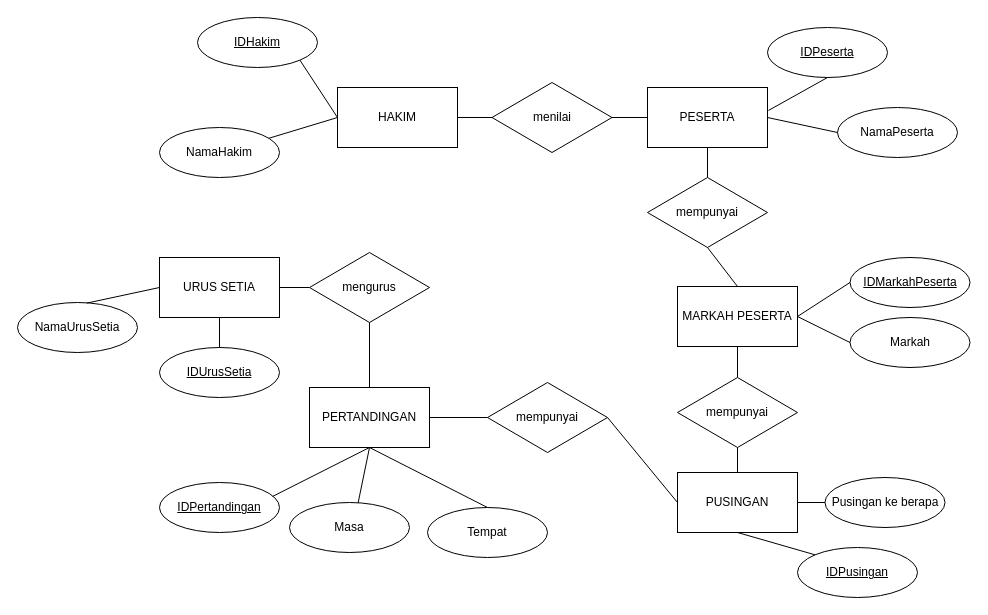
Earlier version of the draw.io diagram page "Page-2" (2 of 2) of SKProject.drawio (EzraChai/py). Source tidied: cells renumbered, new cells numbered last; positions are measured from the earlier drawing's top-left corner, leaving out a move shared by most shapes. Both pictures are drawn from the tidied source at 100%, with x=0, y=0 at pixel (17, 17).
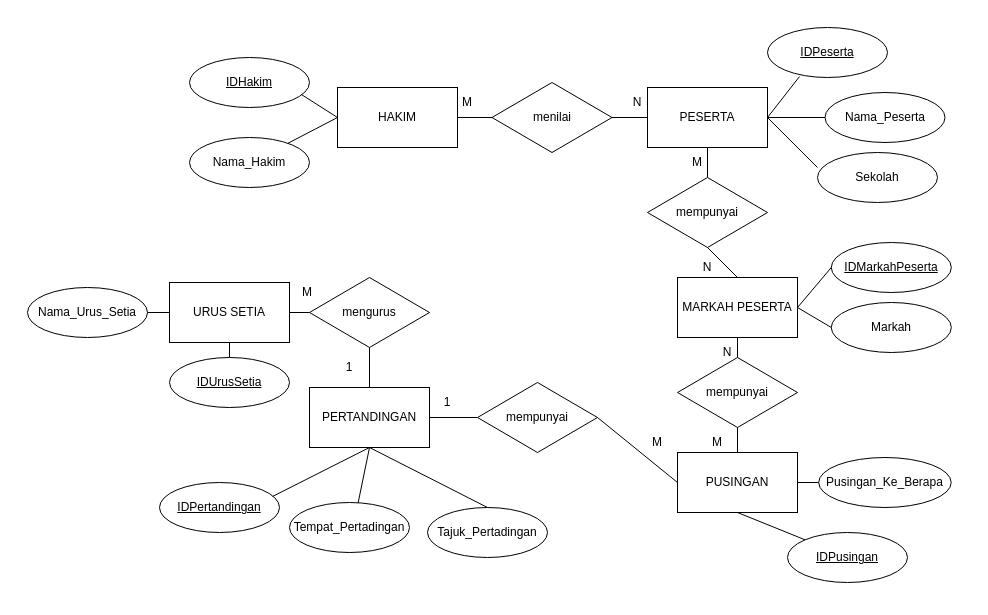
The same diagram, later.

Unchanged cells that the change refers to:
```xml
<mxCell id="2" value="HAKIM" style="rounded=0;whiteSpace=wrap;html=1;" parent="1" vertex="1">
  <mxGeometry x="320" y="70" width="120" height="60" as="geometry" />
</mxCell>
<mxCell id="9" value="PESERTA" style="rounded=0;whiteSpace=wrap;html=1;" parent="1" vertex="1">
  <mxGeometry x="630" y="70" width="120" height="60" as="geometry" />
</mxCell>
<mxCell id="38" value="&lt;div&gt;&lt;u&gt;IDPeserta&lt;/u&gt;&lt;/div&gt;" style="ellipse;whiteSpace=wrap;html=1;" parent="1" vertex="1">
  <mxGeometry x="750" y="10" width="120" height="50" as="geometry" />
</mxCell>
```

Change to the diagram source:
```diff
@@
     <mxCell id="4" value="&lt;u&gt;IDHakim&lt;/u&gt;" style="ellipse;whiteSpace=wrap;html=1;" parent="1" vertex="1">
-      <mxGeometry x="180" width="120" height="50" as="geometry" />
+      <mxGeometry x="172" y="40" width="120" height="50" as="geometry" />
     </mxCell>
-    <mxCell id="5" style="endArrow=none;html=1;rounded=0;entryX=0;entryY=0.5;entryDx=0;entryDy=0;exitX=1;exitY=1;exitDx=0;exitDy=0;" parent="1" edge="1" source="4" target="2">
+    <mxCell id="5" style="endArrow=none;html=1;rounded=0;entryX=0;entryY=0.5;entryDx=0;entryDy=0;exitX=0.933;exitY=0.74;exitDx=0;exitDy=0;exitPerimeter=0;" parent="1" edge="1" source="4" target="2">
       <mxGeometry relative="1" as="geometry" />
     </mxCell>
-    <mxCell id="6" value="&lt;div&gt;NamaHakim&lt;/div&gt;" style="ellipse;whiteSpace=wrap;html=1;" parent="1" vertex="1">
-      <mxGeometry x="142" y="110" width="120" height="50" as="geometry" />
+    <mxCell id="6" value="&lt;div&gt;Nama_Hakim&lt;/div&gt;" style="ellipse;whiteSpace=wrap;html=1;" parent="1" vertex="1">
+      <mxGeometry x="172" y="120" width="120" height="50" as="geometry" />
     </mxCell>
@@
-    <mxCell id="10" value="&lt;div&gt;NamaPeserta&lt;/div&gt;" style="ellipse;whiteSpace=wrap;html=1;" parent="1" vertex="1">
-      <mxGeometry x="820" y="90" width="120" height="50" as="geometry" />
+    <mxCell id="10" value="&lt;div&gt;Nama_Peserta&lt;/div&gt;" style="ellipse;whiteSpace=wrap;html=1;" parent="1" vertex="1">
+      <mxGeometry x="807.5" y="75" width="120" height="50" as="geometry" />
     </mxCell>
@@
     <mxCell id="13" value="PUSINGAN" style="rounded=0;whiteSpace=wrap;html=1;" parent="1" vertex="1">
-      <mxGeometry x="660" y="455" width="120" height="60" as="geometry" />
+      <mxGeometry x="660" y="435" width="120" height="60" as="geometry" />
     </mxCell>
@@
     <mxCell id="15" value="&lt;div&gt;mempunyai&lt;/div&gt;" style="rhombus;whiteSpace=wrap;html=1;" parent="1" vertex="1">
-      <mxGeometry x="470" y="365" width="120" height="70" as="geometry" />
+      <mxGeometry x="460" y="365" width="120" height="70" as="geometry" />
     </mxCell>
-    <mxCell id="16" value="Masa" style="ellipse;whiteSpace=wrap;html=1;" parent="1" vertex="1">
+    <mxCell id="16" value="Tempat_Pertadingan" style="ellipse;whiteSpace=wrap;html=1;" parent="1" vertex="1">
       <mxGeometry x="272" y="485" width="120" height="50" as="geometry" />
     </mxCell>
@@
     <mxCell id="18" value="&lt;div&gt;&lt;u&gt;IDPusingan&lt;/u&gt;&lt;/div&gt;" style="ellipse;whiteSpace=wrap;html=1;" parent="1" vertex="1">
-      <mxGeometry x="780" y="530" width="120" height="50" as="geometry" />
+      <mxGeometry x="770" y="515" width="120" height="50" as="geometry" />
     </mxCell>
@@
-    <mxCell id="21" value="Tempat" style="ellipse;whiteSpace=wrap;html=1;" parent="1" vertex="1">
+    <mxCell id="21" value="Tajuk_Pertadingan" style="ellipse;whiteSpace=wrap;html=1;" parent="1" vertex="1">
       <mxGeometry x="410" y="490" width="120" height="50" as="geometry" />
     </mxCell>
@@
     <mxCell id="25" value="&lt;div&gt;mempunyai&lt;/div&gt;" style="rhombus;whiteSpace=wrap;html=1;" parent="1" vertex="1">
-      <mxGeometry x="660" y="360" width="120" height="70" as="geometry" />
+      <mxGeometry x="660" y="340" width="120" height="70" as="geometry" />
     </mxCell>
@@
-    <mxCell id="28" value="Pusingan ke berapa" style="ellipse;whiteSpace=wrap;html=1;" parent="1" vertex="1">
-      <mxGeometry x="807.5" y="460" width="120" height="50" as="geometry" />
+    <mxCell id="28" value="Pusingan_Ke_Berapa" style="ellipse;whiteSpace=wrap;html=1;" parent="1" vertex="1">
+      <mxGeometry x="801.2" y="440" width="132.5" height="50" as="geometry" />
     </mxCell>
@@
     <mxCell id="30" value="URUS SETIA" style="rounded=0;whiteSpace=wrap;html=1;" parent="1" vertex="1">
-      <mxGeometry x="142" y="240" width="120" height="60" as="geometry" />
+      <mxGeometry x="152" y="265" width="120" height="60" as="geometry" />
     </mxCell>
     <mxCell id="31" value="mengurus" style="rhombus;whiteSpace=wrap;html=1;" parent="1" vertex="1">
-      <mxGeometry x="292" y="235" width="120" height="70" as="geometry" />
+      <mxGeometry x="292" y="260" width="120" height="70" as="geometry" />
     </mxCell>
@@
     <mxCell id="34" value="&lt;u&gt;IDUrusSetia&lt;/u&gt;" style="ellipse;whiteSpace=wrap;html=1;" parent="1" vertex="1">
-      <mxGeometry x="142" y="330" width="120" height="50" as="geometry" />
+      <mxGeometry x="152" y="340" width="120" height="50" as="geometry" />
     </mxCell>
@@
-    <mxCell id="36" value="&lt;div&gt;NamaUrusSetia&lt;/div&gt;" style="ellipse;whiteSpace=wrap;html=1;" parent="1" vertex="1">
-      <mxGeometry y="285" width="120" height="50" as="geometry" />
+    <mxCell id="36" value="&lt;div&gt;Nama_Urus_Setia&lt;/div&gt;" style="ellipse;whiteSpace=wrap;html=1;" parent="1" vertex="1">
+      <mxGeometry x="10" y="270" width="120" height="50" as="geometry" />
     </mxCell>
-    <mxCell id="37" style="endArrow=none;html=1;rounded=0;entryX=0.578;entryY=0.012;entryDx=0;entryDy=0;exitX=0;exitY=0.5;exitDx=0;exitDy=0;entryPerimeter=0;" parent="1" edge="1" source="30" target="36">
+    <mxCell id="37" style="endArrow=none;html=1;rounded=0;entryX=1;entryY=0.5;entryDx=0;entryDy=0;exitX=0;exitY=0.5;exitDx=0;exitDy=0;" parent="1" edge="1" source="30" target="36">
       <mxGeometry relative="1" as="geometry" />
     </mxCell>
@@
-    <mxCell id="40" style="endArrow=none;html=1;rounded=0;entryX=1.008;entryY=0.383;entryDx=0;entryDy=0;exitX=0.5;exitY=1;exitDx=0;exitDy=0;entryPerimeter=0;" parent="1" edge="1" source="38" target="9">
-      <mxGeometry relative="1" as="geometry" />
+    <mxCell id="40" style="endArrow=none;html=1;rounded=0;exitX=0.267;exitY=0.98;exitDx=0;exitDy=0;exitPerimeter=0;" parent="1" edge="1" source="38">
+      <mxGeometry relative="1" as="geometry">
+        <mxPoint x="750" y="100" as="targetPoint" />
+      </mxGeometry>
     </mxCell>
     <mxCell id="41" value="MARKAH PESERTA" style="rounded=0;whiteSpace=wrap;html=1;" parent="1" vertex="1">
-      <mxGeometry x="660" y="269" width="120" height="60" as="geometry" />
+      <mxGeometry x="660" y="260" width="120" height="60" as="geometry" />
     </mxCell>
@@
     <mxCell id="44" value="&lt;u&gt;IDMarkahPeserta&lt;/u&gt;" style="ellipse;whiteSpace=wrap;html=1;" parent="1" vertex="1">
-      <mxGeometry x="832.5" y="240" width="120" height="50" as="geometry" />
+      <mxGeometry x="813.8" y="225" width="120" height="50" as="geometry" />
     </mxCell>
@@
     <mxCell id="47" value="Markah" style="ellipse;whiteSpace=wrap;html=1;" parent="1" vertex="1">
-      <mxGeometry x="832.5" y="300" width="120" height="50" as="geometry" />
+      <mxGeometry x="813.8" y="285" width="120" height="50" as="geometry" />
     </mxCell>
@@
+    <mxCell id="50" value="M" style="text;html=1;strokeColor=none;fillColor=none;align=center;verticalAlign=middle;whiteSpace=wrap;rounded=0;" parent="1" vertex="1">
+      <mxGeometry x="420" y="70" width="60" height="30" as="geometry" />
+    </mxCell>
+    <mxCell id="51" value="N" style="text;html=1;strokeColor=none;fillColor=none;align=center;verticalAlign=middle;whiteSpace=wrap;rounded=0;" parent="1" vertex="1">
+      <mxGeometry x="590" y="70" width="60" height="30" as="geometry" />
+    </mxCell>
+    <mxCell id="52" value="M" style="text;html=1;strokeColor=none;fillColor=none;align=center;verticalAlign=middle;whiteSpace=wrap;rounded=0;" parent="1" vertex="1">
+      <mxGeometry x="650" y="130" width="60" height="30" as="geometry" />
+    </mxCell>
+    <mxCell id="53" value="N" style="text;html=1;strokeColor=none;fillColor=none;align=center;verticalAlign=middle;whiteSpace=wrap;rounded=0;" parent="1" vertex="1">
+      <mxGeometry x="660" y="235" width="60" height="30" as="geometry" />
+    </mxCell>
+    <mxCell id="54" value="M" style="text;html=1;strokeColor=none;fillColor=none;align=center;verticalAlign=middle;whiteSpace=wrap;rounded=0;" parent="1" vertex="1">
+      <mxGeometry x="260" y="260" width="60" height="30" as="geometry" />
+    </mxCell>
+    <mxCell id="55" value="1" style="text;html=1;strokeColor=none;fillColor=none;align=center;verticalAlign=middle;whiteSpace=wrap;rounded=0;" parent="1" vertex="1">
+      <mxGeometry x="302" y="335" width="60" height="30" as="geometry" />
+    </mxCell>
+    <mxCell id="56" value="1" style="text;html=1;strokeColor=none;fillColor=none;align=center;verticalAlign=middle;whiteSpace=wrap;rounded=0;" parent="1" vertex="1">
+      <mxGeometry x="400" y="370" width="60" height="30" as="geometry" />
+    </mxCell>
+    <mxCell id="57" value="M" style="text;html=1;strokeColor=none;fillColor=none;align=center;verticalAlign=middle;whiteSpace=wrap;rounded=0;" parent="1" vertex="1">
+      <mxGeometry x="610" y="410" width="60" height="30" as="geometry" />
+    </mxCell>
+    <mxCell id="58" value="M" style="text;html=1;strokeColor=none;fillColor=none;align=center;verticalAlign=middle;whiteSpace=wrap;rounded=0;" parent="1" vertex="1">
+      <mxGeometry x="670" y="410" width="60" height="30" as="geometry" />
+    </mxCell>
+    <mxCell id="59" value="N" style="text;html=1;strokeColor=none;fillColor=none;align=center;verticalAlign=middle;whiteSpace=wrap;rounded=0;" parent="1" vertex="1">
+      <mxGeometry x="680" y="320" width="60" height="30" as="geometry" />
+    </mxCell>
+    <mxCell id="60" value="&lt;div&gt;Sekolah&lt;/div&gt;" style="ellipse;whiteSpace=wrap;html=1;" parent="1" vertex="1">
+      <mxGeometry x="800" y="135" width="120" height="50" as="geometry" />
+    </mxCell>
+    <mxCell id="61" style="endArrow=none;html=1;rounded=0;entryX=0;entryY=0.3;entryDx=0;entryDy=0;exitX=1;exitY=0.5;exitDx=0;exitDy=0;entryPerimeter=0;" parent="1" edge="1" source="9" target="60">
+      <mxGeometry relative="1" as="geometry" />
+    </mxCell>
```
